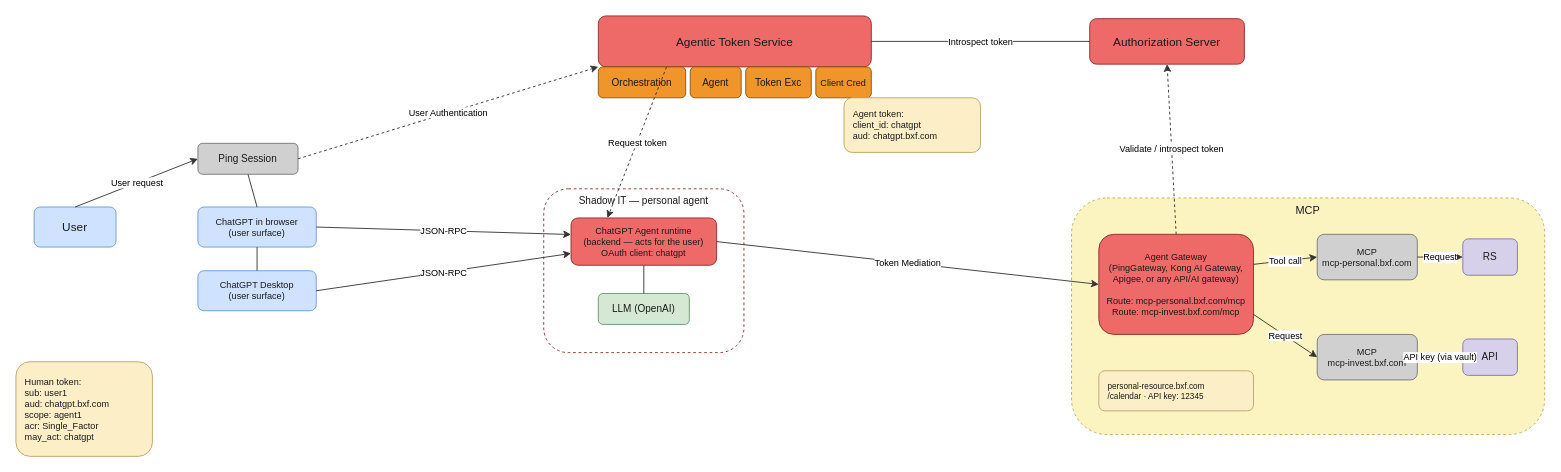
curtismu7/AI-DEMO2 keeps this draw.io diagram as docs/diagrams/personal-agent-chatgpt.drawio. Above is the earlier version. Source tidied: cells renumbered, new cells numbered last; positions are measured from the earlier drawing's top-left corner, leaving out a move shared by most shapes. Both pictures are drawn from the tidied source at 91%, with x=0, y=0 at pixel (15, 15).
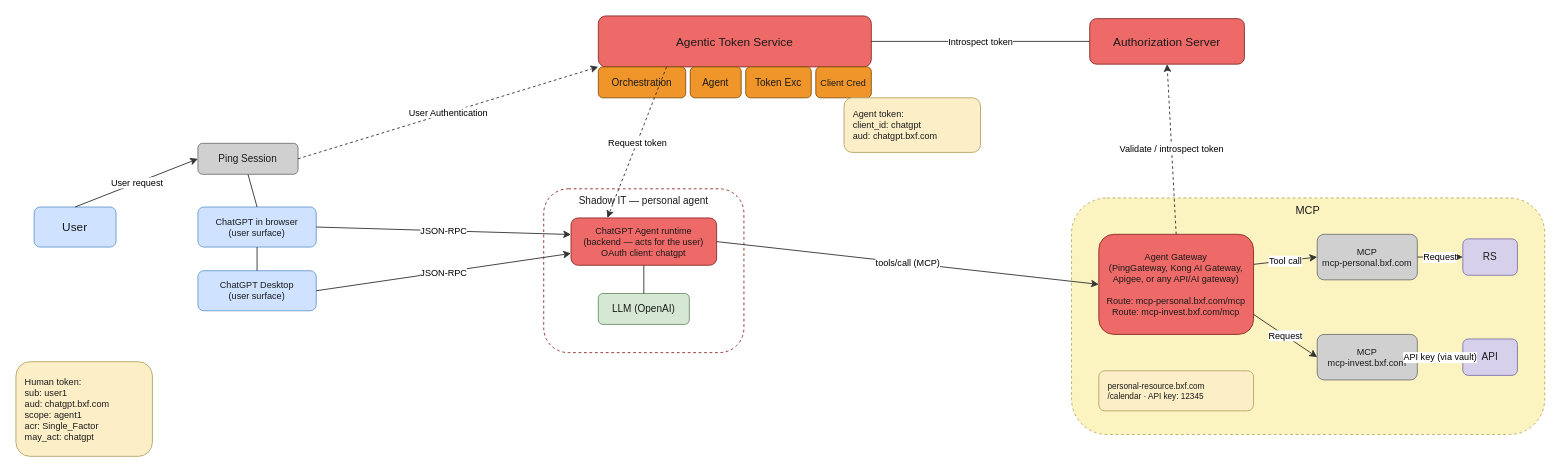
After the change.

Commit message (it also covers changes not shown here):
docs(diagrams): label ChatGPT agent to Agent Gateway edge as tools/call

Unchanged cells that the change refers to:
```xml
<mxCell id="19" value="ChatGPT Agent runtime&#10;(backend — acts for the user)&#10;OAuth client: chatgpt" style="rounded=1;whiteSpace=wrap;html=1;fillColor=#ee6a68;strokeColor=#8a2f2a;fontColor=#1a1a1a;fontSize=10;" parent="1" vertex="1">
  <mxGeometry x="610" y="222" width="160" height="52" as="geometry" />
</mxCell>
<mxCell id="27" value="Agent Gateway&#10;(PingGateway, Kong AI Gateway,&#10;Apigee, or any API/AI gateway)&#10;&#10;Route: mcp-personal.bxf.com/mcp&#10;Route: mcp-invest.bxf.com/mcp" style="rounded=1;whiteSpace=wrap;html=1;fillColor=#ee6a68;strokeColor=#8a2f2a;fontColor=#1a1a1a;fontSize=10;" parent="1" vertex="1">
  <mxGeometry x="1190" y="240" width="170" height="110" as="geometry" />
</mxCell>
```

Diff of the diagram source:
```diff
@@
-    <mxCell id="33" value="Token Mediation" style="edgeStyle=none;html=1;strokeColor=#333333;fontSize=10;exitX=1;exitY=0.5;entryX=0;entryY=0.5;" parent="1" edge="1" source="19" target="27">
+    <mxCell id="33" value="tools/call (MCP)" style="edgeStyle=none;html=1;strokeColor=#333333;fontSize=10;exitX=1;exitY=0.5;entryX=0;entryY=0.5;" parent="1" edge="1" source="19" target="27">
       <mxGeometry relative="1" as="geometry" />
     </mxCell>
```
